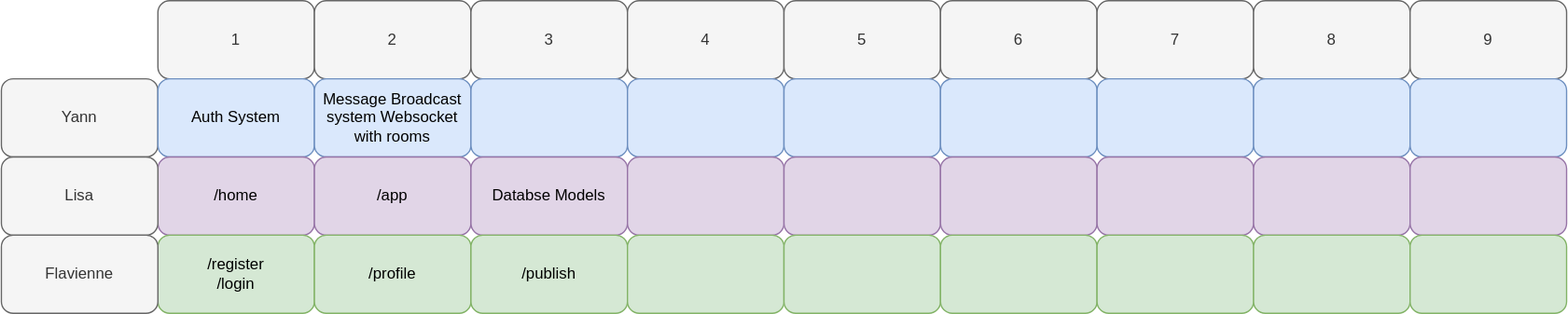
This is planning.svg from UchatOrg/guideline, a draw.io export, as it was before one commit. Source tidied: cells renumbered, new cells last; positions are measured from the earlier drawing's top-left corner, leaving out a move shared by most shapes.
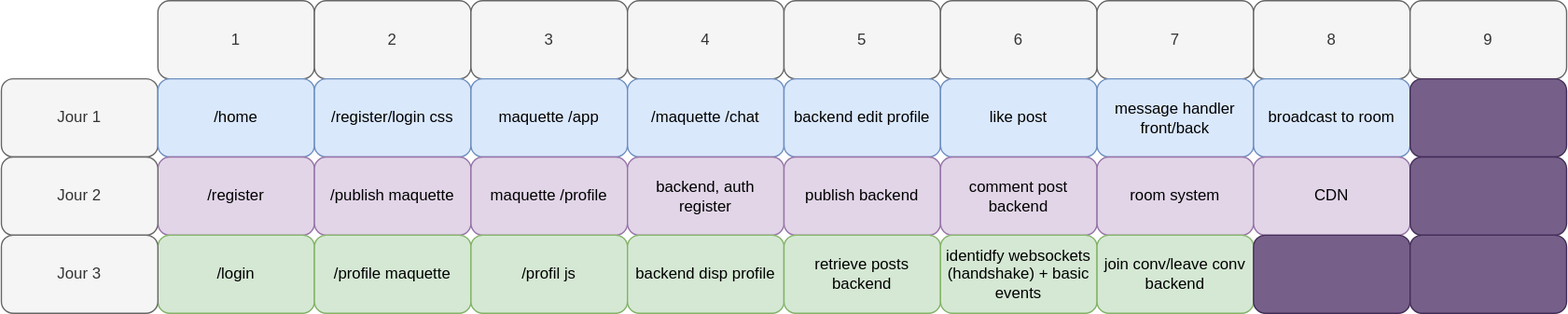
After the change.

Diff of the diagram source:
```diff
@@ -17,70 +17,70 @@
     <mxCell id="6" value="5" style="rounded=1;whiteSpace=wrap;html=1;fillColor=#f5f5f5;strokeColor=#666666;fontColor=#333333;" parent="1" vertex="1">
       <mxGeometry x="600" width="120" height="60" as="geometry" />
     </mxCell>
-    <mxCell id="7" value="Yann" style="rounded=1;whiteSpace=wrap;html=1;fillColor=#f5f5f5;strokeColor=#666666;fontColor=#333333;" parent="1" vertex="1">
+    <mxCell id="7" value="Jour 1" style="rounded=1;whiteSpace=wrap;html=1;fillColor=#f5f5f5;strokeColor=#666666;fontColor=#333333;" parent="1" vertex="1">
       <mxGeometry y="60" width="120" height="60" as="geometry" />
     </mxCell>
-    <mxCell id="8" value="Auth System" style="rounded=1;whiteSpace=wrap;html=1;fillColor=#dae8fc;strokeColor=#6c8ebf;" parent="1" vertex="1">
+    <mxCell id="8" value="/home" style="rounded=1;whiteSpace=wrap;html=1;fillColor=#dae8fc;strokeColor=#6c8ebf;" parent="1" vertex="1">
       <mxGeometry x="120" y="60" width="120" height="60" as="geometry" />
     </mxCell>
-    <mxCell id="9" value="Message Broadcast system Websocket with rooms" style="rounded=1;whiteSpace=wrap;html=1;fillColor=#dae8fc;strokeColor=#6c8ebf;" parent="1" vertex="1">
+    <mxCell id="9" value="/register/login css" style="rounded=1;whiteSpace=wrap;html=1;fillColor=#dae8fc;strokeColor=#6c8ebf;" parent="1" vertex="1">
       <mxGeometry x="240" y="60" width="120" height="60" as="geometry" />
     </mxCell>
-    <mxCell id="10" style="rounded=1;whiteSpace=wrap;html=1;fillColor=#dae8fc;strokeColor=#6c8ebf;" parent="1" vertex="1">
+    <mxCell id="10" value="maquette /app" style="rounded=1;whiteSpace=wrap;html=1;fillColor=#dae8fc;strokeColor=#6c8ebf;" parent="1" vertex="1">
       <mxGeometry x="360" y="60" width="120" height="60" as="geometry" />
     </mxCell>
-    <mxCell id="11" style="rounded=1;whiteSpace=wrap;html=1;fillColor=#dae8fc;strokeColor=#6c8ebf;" parent="1" vertex="1">
+    <mxCell id="11" value="/maquette /chat" style="rounded=1;whiteSpace=wrap;html=1;fillColor=#dae8fc;strokeColor=#6c8ebf;" parent="1" vertex="1">
       <mxGeometry x="480" y="60" width="120" height="60" as="geometry" />
     </mxCell>
-    <mxCell id="12" value="/home" style="rounded=1;whiteSpace=wrap;html=1;fillColor=#e1d5e7;strokeColor=#9673a6;" parent="1" vertex="1">
+    <mxCell id="12" value="/register" style="rounded=1;whiteSpace=wrap;html=1;fillColor=#e1d5e7;strokeColor=#9673a6;" parent="1" vertex="1">
       <mxGeometry x="120" y="120" width="120" height="60" as="geometry" />
     </mxCell>
-    <mxCell id="13" value="/app" style="rounded=1;whiteSpace=wrap;html=1;fillColor=#e1d5e7;strokeColor=#9673a6;" parent="1" vertex="1">
+    <mxCell id="13" value="/publish maquette" style="rounded=1;whiteSpace=wrap;html=1;fillColor=#e1d5e7;strokeColor=#9673a6;" parent="1" vertex="1">
       <mxGeometry x="240" y="120" width="120" height="60" as="geometry" />
     </mxCell>
-    <mxCell id="14" value="/register&lt;br&gt;/login" style="rounded=1;whiteSpace=wrap;html=1;fillColor=#d5e8d4;strokeColor=#82b366;" parent="1" vertex="1">
+    <mxCell id="14" value="/login" style="rounded=1;whiteSpace=wrap;html=1;fillColor=#d5e8d4;strokeColor=#82b366;" parent="1" vertex="1">
       <mxGeometry x="120" y="180" width="120" height="60" as="geometry" />
     </mxCell>
-    <mxCell id="15" value="/profile" style="rounded=1;whiteSpace=wrap;html=1;fillColor=#d5e8d4;strokeColor=#82b366;" parent="1" vertex="1">
+    <mxCell id="15" value="/profile maquette" style="rounded=1;whiteSpace=wrap;html=1;fillColor=#d5e8d4;strokeColor=#82b366;" parent="1" vertex="1">
       <mxGeometry x="240" y="180" width="120" height="60" as="geometry" />
     </mxCell>
-    <mxCell id="16" style="rounded=1;whiteSpace=wrap;html=1;fillColor=#dae8fc;strokeColor=#6c8ebf;" parent="1" vertex="1">
+    <mxCell id="16" value="&lt;span style=&quot;font-family: &amp;#34;helvetica&amp;#34;&quot;&gt;backend edit profile&lt;/span&gt;" style="rounded=1;whiteSpace=wrap;html=1;fillColor=#dae8fc;strokeColor=#6c8ebf;" parent="1" vertex="1">
       <mxGeometry x="600" y="60" width="120" height="60" as="geometry" />
     </mxCell>
-    <mxCell id="17" value="Lisa" style="rounded=1;whiteSpace=wrap;html=1;fillColor=#f5f5f5;strokeColor=#666666;fontColor=#333333;" parent="1" vertex="1">
+    <mxCell id="17" value="Jour 2" style="rounded=1;whiteSpace=wrap;html=1;fillColor=#f5f5f5;strokeColor=#666666;fontColor=#333333;" parent="1" vertex="1">
       <mxGeometry y="120" width="120" height="60" as="geometry" />
     </mxCell>
-    <mxCell id="18" value="Databse Models" style="rounded=1;whiteSpace=wrap;html=1;fillColor=#e1d5e7;strokeColor=#9673a6;" parent="1" vertex="1">
+    <mxCell id="18" value="maquette /profile" style="rounded=1;whiteSpace=wrap;html=1;fillColor=#e1d5e7;strokeColor=#9673a6;" parent="1" vertex="1">
       <mxGeometry x="360" y="120" width="120" height="60" as="geometry" />
     </mxCell>
-    <mxCell id="19" style="rounded=1;whiteSpace=wrap;html=1;fillColor=#e1d5e7;strokeColor=#9673a6;" parent="1" vertex="1">
+    <mxCell id="19" value="backend, auth register" style="rounded=1;whiteSpace=wrap;html=1;fillColor=#e1d5e7;strokeColor=#9673a6;" parent="1" vertex="1">
       <mxGeometry x="480" y="120" width="120" height="60" as="geometry" />
     </mxCell>
-    <mxCell id="20" style="rounded=1;whiteSpace=wrap;html=1;fillColor=#e1d5e7;strokeColor=#9673a6;" parent="1" vertex="1">
+    <mxCell id="20" value="publish backend" style="rounded=1;whiteSpace=wrap;html=1;fillColor=#e1d5e7;strokeColor=#9673a6;" parent="1" vertex="1">
       <mxGeometry x="600" y="120" width="120" height="60" as="geometry" />
     </mxCell>
-    <mxCell id="21" value="/publish" style="rounded=1;whiteSpace=wrap;html=1;fillColor=#d5e8d4;strokeColor=#82b366;" parent="1" vertex="1">
+    <mxCell id="21" value="/profil js" style="rounded=1;whiteSpace=wrap;html=1;fillColor=#d5e8d4;strokeColor=#82b366;" parent="1" vertex="1">
       <mxGeometry x="360" y="180" width="120" height="60" as="geometry" />
     </mxCell>
-    <mxCell id="22" style="rounded=1;whiteSpace=wrap;html=1;fillColor=#d5e8d4;strokeColor=#82b366;" parent="1" vertex="1">
+    <mxCell id="22" value="backend disp profile" style="rounded=1;whiteSpace=wrap;html=1;fillColor=#d5e8d4;strokeColor=#82b366;" parent="1" vertex="1">
       <mxGeometry x="480" y="180" width="120" height="60" as="geometry" />
     </mxCell>
-    <mxCell id="23" style="rounded=1;whiteSpace=wrap;html=1;fillColor=#d5e8d4;strokeColor=#82b366;" parent="1" vertex="1">
+    <mxCell id="23" value="retrieve posts backend" style="rounded=1;whiteSpace=wrap;html=1;fillColor=#d5e8d4;strokeColor=#82b366;" parent="1" vertex="1">
       <mxGeometry x="600" y="180" width="120" height="60" as="geometry" />
     </mxCell>
-    <mxCell id="24" value="Flavienne" style="rounded=1;whiteSpace=wrap;html=1;fillColor=#f5f5f5;strokeColor=#666666;fontColor=#333333;" parent="1" vertex="1">
+    <mxCell id="24" value="Jour 3" style="rounded=1;whiteSpace=wrap;html=1;fillColor=#f5f5f5;strokeColor=#666666;fontColor=#333333;" parent="1" vertex="1">
       <mxGeometry y="180" width="120" height="60" as="geometry" />
     </mxCell>
     <mxCell id="25" value="6" style="rounded=1;whiteSpace=wrap;html=1;fillColor=#f5f5f5;strokeColor=#666666;fontColor=#333333;" parent="1" vertex="1">
       <mxGeometry x="720" width="120" height="60" as="geometry" />
     </mxCell>
-    <mxCell id="26" style="rounded=1;whiteSpace=wrap;html=1;fillColor=#dae8fc;strokeColor=#6c8ebf;" parent="1" vertex="1">
+    <mxCell id="26" value="like post" style="rounded=1;whiteSpace=wrap;html=1;fillColor=#dae8fc;strokeColor=#6c8ebf;" parent="1" vertex="1">
       <mxGeometry x="720" y="60" width="120" height="60" as="geometry" />
     </mxCell>
-    <mxCell id="27" style="rounded=1;whiteSpace=wrap;html=1;fillColor=#e1d5e7;strokeColor=#9673a6;" parent="1" vertex="1">
+    <mxCell id="27" value="comment post backend" style="rounded=1;whiteSpace=wrap;html=1;fillColor=#e1d5e7;strokeColor=#9673a6;" parent="1" vertex="1">
       <mxGeometry x="720" y="120" width="120" height="60" as="geometry" />
     </mxCell>
-    <mxCell id="28" style="rounded=1;whiteSpace=wrap;html=1;fillColor=#d5e8d4;strokeColor=#82b366;" parent="1" vertex="1">
+    <mxCell id="28" value="&lt;span&gt;identidfy websockets&lt;/span&gt;&lt;br&gt;&lt;span&gt;(handshake) + basic events&lt;/span&gt;" style="rounded=1;whiteSpace=wrap;html=1;fillColor=#d5e8d4;strokeColor=#82b366;" parent="1" vertex="1">
       <mxGeometry x="720" y="180" width="120" height="60" as="geometry" />
     </mxCell>
     <mxCell id="29" value="7" style="rounded=1;whiteSpace=wrap;html=1;fillColor=#f5f5f5;strokeColor=#666666;fontColor=#333333;" parent="1" vertex="1">
@@ -89,34 +89,34 @@
     <mxCell id="30" value="8" style="rounded=1;whiteSpace=wrap;html=1;fillColor=#f5f5f5;strokeColor=#666666;fontColor=#333333;" parent="1" vertex="1">
       <mxGeometry x="960" width="120" height="60" as="geometry" />
     </mxCell>
-    <mxCell id="31" style="rounded=1;whiteSpace=wrap;html=1;strokeColor=#6c8ebf;fillColor=#dae8fc;" parent="1" vertex="1">
+    <mxCell id="31" value="&lt;span&gt;message handler front/back&lt;/span&gt;" style="rounded=1;whiteSpace=wrap;html=1;strokeColor=#6c8ebf;fillColor=#dae8fc;" parent="1" vertex="1">
       <mxGeometry x="840" y="60" width="120" height="60" as="geometry" />
     </mxCell>
-    <mxCell id="32" style="rounded=1;whiteSpace=wrap;html=1;strokeColor=#6c8ebf;fillColor=#dae8fc;" parent="1" vertex="1">
+    <mxCell id="32" value="&lt;span&gt;broadcast to room&lt;/span&gt;" style="rounded=1;whiteSpace=wrap;html=1;strokeColor=#6c8ebf;fillColor=#dae8fc;" parent="1" vertex="1">
       <mxGeometry x="960" y="60" width="120" height="60" as="geometry" />
     </mxCell>
-    <mxCell id="33" style="rounded=1;whiteSpace=wrap;html=1;fillColor=#e1d5e7;strokeColor=#9673a6;" parent="1" vertex="1">
+    <mxCell id="33" value="&lt;span&gt;room system&lt;/span&gt;" style="rounded=1;whiteSpace=wrap;html=1;fillColor=#e1d5e7;strokeColor=#9673a6;" parent="1" vertex="1">
       <mxGeometry x="840" y="120" width="120" height="60" as="geometry" />
     </mxCell>
-    <mxCell id="34" style="rounded=1;whiteSpace=wrap;html=1;fillColor=#e1d5e7;strokeColor=#9673a6;" parent="1" vertex="1">
+    <mxCell id="34" value="CDN" style="rounded=1;whiteSpace=wrap;html=1;fillColor=#e1d5e7;strokeColor=#9673a6;" parent="1" vertex="1">
       <mxGeometry x="960" y="120" width="120" height="60" as="geometry" />
     </mxCell>
-    <mxCell id="35" style="rounded=1;whiteSpace=wrap;html=1;fillColor=#d5e8d4;strokeColor=#82b366;" parent="1" vertex="1">
+    <mxCell id="35" value="&lt;span&gt;join conv/leave conv backend&lt;/span&gt;" style="rounded=1;whiteSpace=wrap;html=1;fillColor=#d5e8d4;strokeColor=#82b366;" parent="1" vertex="1">
       <mxGeometry x="840" y="180" width="120" height="60" as="geometry" />
     </mxCell>
-    <mxCell id="36" style="rounded=1;whiteSpace=wrap;html=1;fillColor=#d5e8d4;strokeColor=#82b366;" parent="1" vertex="1">
+    <mxCell id="36" style="rounded=1;whiteSpace=wrap;html=1;fillColor=#76608a;strokeColor=#432D57;fontColor=#ffffff;" parent="1" vertex="1">
       <mxGeometry x="960" y="180" width="120" height="60" as="geometry" />
     </mxCell>
     <mxCell id="37" value="9" style="rounded=1;whiteSpace=wrap;html=1;fillColor=#f5f5f5;strokeColor=#666666;fontColor=#333333;" parent="1" vertex="1">
       <mxGeometry x="1080" width="120" height="60" as="geometry" />
     </mxCell>
-    <mxCell id="38" style="rounded=1;whiteSpace=wrap;html=1;strokeColor=#6c8ebf;fillColor=#dae8fc;" parent="1" vertex="1">
+    <mxCell id="38" style="rounded=1;whiteSpace=wrap;html=1;strokeColor=#432D57;fillColor=#76608a;fontColor=#ffffff;" parent="1" vertex="1">
       <mxGeometry x="1080" y="60" width="120" height="60" as="geometry" />
     </mxCell>
-    <mxCell id="39" style="rounded=1;whiteSpace=wrap;html=1;fillColor=#e1d5e7;strokeColor=#9673a6;" parent="1" vertex="1">
+    <mxCell id="39" style="rounded=1;whiteSpace=wrap;html=1;fillColor=#76608a;strokeColor=#432D57;fontColor=#ffffff;" parent="1" vertex="1">
       <mxGeometry x="1080" y="120" width="120" height="60" as="geometry" />
     </mxCell>
-    <mxCell id="40" style="rounded=1;whiteSpace=wrap;html=1;fillColor=#d5e8d4;strokeColor=#82b366;" parent="1" vertex="1">
+    <mxCell id="40" style="rounded=1;whiteSpace=wrap;html=1;fillColor=#76608a;strokeColor=#432D57;fontColor=#ffffff;" parent="1" vertex="1">
       <mxGeometry x="1080" y="180" width="120" height="60" as="geometry" />
     </mxCell>
   </root>
```
